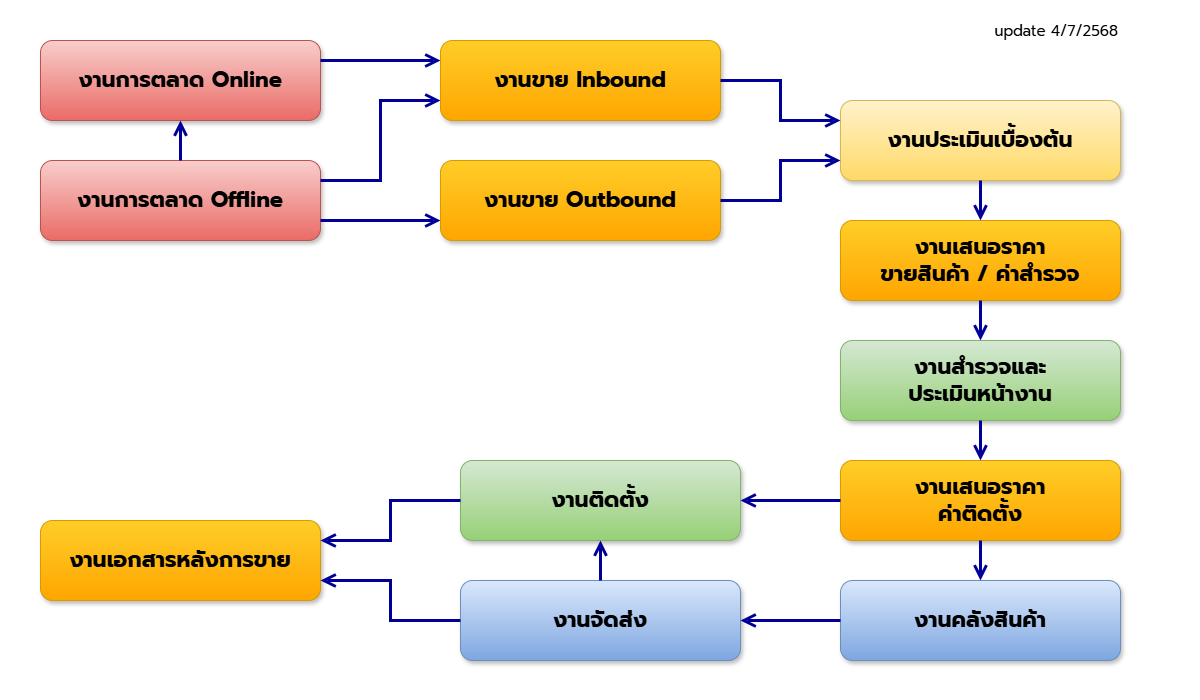
The draw.io diagram m0-1.png in D-Excel/work-process, before a commit. Source tidied: cells renumbered, new cells last; positions are measured from the earlier drawing's top-left corner, leaving out a move shared by most shapes.
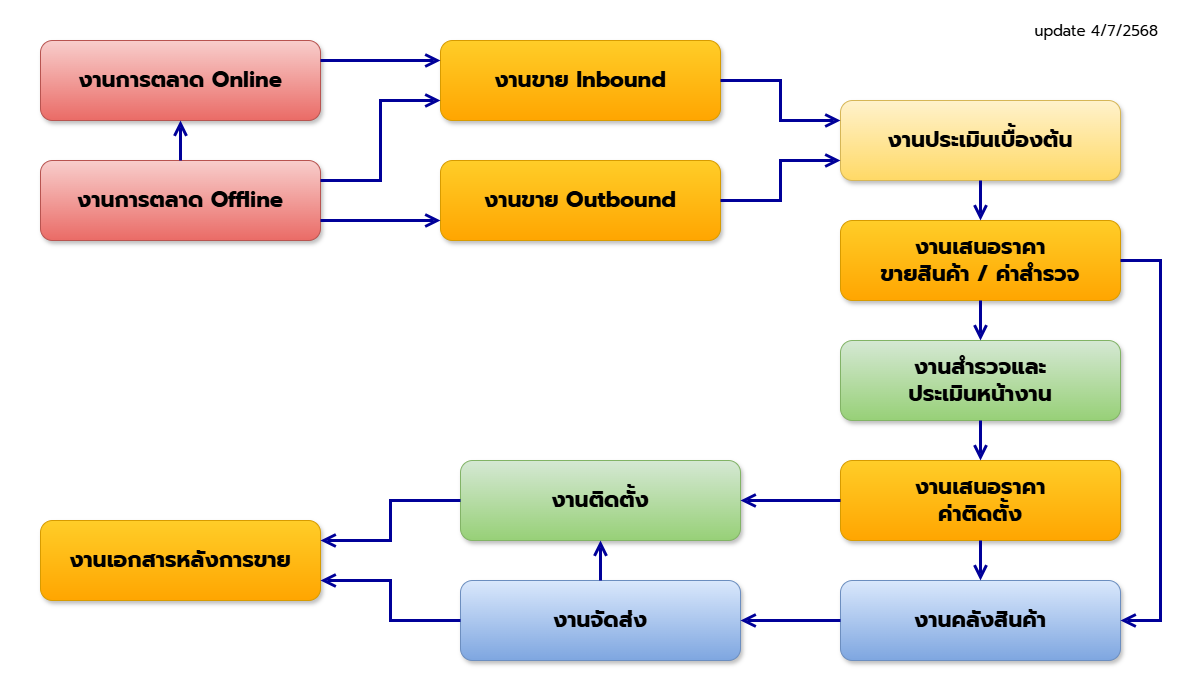
After the commit.

Diff of the diagram source:
```diff
@@ -3,7 +3,7 @@
     <mxCell id="0" />
     <mxCell id="1" parent="0" />
     <mxCell id="2" value="update 4/7/2568" style="text;html=1;align=right;verticalAlign=middle;whiteSpace=wrap;rounded=0;fontFamily=prompt;fontSource=https%3A%2F%2Ffonts.googleapis.com%2Fcss%3Ffamily%3Dprompt;fontSize=15;fontStyle=0;" parent="1" vertex="1">
-      <mxGeometry x="820" width="260" height="40" as="geometry" />
+      <mxGeometry x="860" width="260" height="40" as="geometry" />
     </mxCell>
     <mxCell id="3" value="&lt;span&gt;งานการตลาด Offline&lt;/span&gt;" style="rounded=1;whiteSpace=wrap;html=1;fontFamily=prompt;fontSource=https%3A%2F%2Ffonts.googleapis.com%2Fcss%3Ffamily%3Dprompt;fontStyle=1;fillColor=#f8cecc;strokeColor=#b85450;shadow=1;gradientColor=#ea6b66;fontSize=22;" parent="1" vertex="1">
       <mxGeometry y="150" width="280" height="80" as="geometry" />
@@ -86,5 +86,12 @@
     <mxCell id="29" style="edgeStyle=elbowEdgeStyle;elbow=horizontal;endArrow=open;html=1;curved=0;rounded=0;endSize=9;startSize=9;strokeWidth=3;strokeColor=#000099;endFill=0;exitX=0;exitY=0.5;exitDx=0;exitDy=0;entryX=1;entryY=0.75;entryDx=0;entryDy=0;" parent="1" edge="1" source="22" target="27">
       <mxGeometry relative="1" as="geometry" />
     </mxCell>
+    <mxCell id="30" style="edgeStyle=elbowEdgeStyle;elbow=horizontal;endArrow=open;html=1;curved=0;rounded=0;endSize=9;startSize=9;strokeWidth=3;strokeColor=#000099;endFill=0;exitX=1;exitY=0.5;exitDx=0;exitDy=0;entryX=1;entryY=0.5;entryDx=0;entryDy=0;" parent="1" edge="1" source="14" target="21">
+      <mxGeometry relative="1" as="geometry">
+        <Array as="points">
+          <mxPoint x="1120" y="430" />
+        </Array>
+      </mxGeometry>
+    </mxCell>
   </root>
 </mxGraphModel>
```
